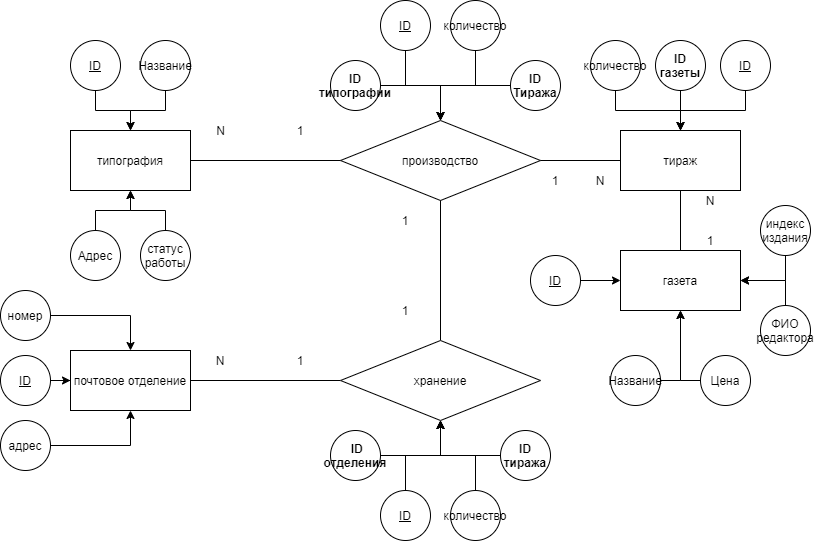
Before: students/y2337/Evseev_Artem/Lab2/NewspaperService_PiterChen.png, a diagram exported from draw.io (TonikX/ITMO_FSPO_DataBases_2020-2021). Source tidied: cells renumbered, new cells last; positions are measured from the earlier drawing's top-left corner, leaving out a move shared by most shapes. Its diagram source:
```xml
<mxGraphModel>
  <root>
    <mxCell id="0" />
    <mxCell id="1" parent="0" />
    <mxCell id="2" value="типография" style="rounded=0;whiteSpace=wrap;html=1;" parent="1" vertex="1">
      <mxGeometry x="70" y="130" width="120" height="60" as="geometry" />
    </mxCell>
    <mxCell id="3" value="тираж" style="rounded=0;whiteSpace=wrap;html=1;" parent="1" vertex="1">
      <mxGeometry x="620" y="130" width="120" height="60" as="geometry" />
    </mxCell>
    <mxCell id="4" value="производство" style="rhombus;whiteSpace=wrap;html=1;" parent="1" vertex="1">
      <mxGeometry x="340" y="120" width="200" height="80" as="geometry" />
    </mxCell>
    <mxCell id="5" value="почтовое отделение" style="rounded=0;whiteSpace=wrap;html=1;" parent="1" vertex="1">
      <mxGeometry x="70" y="350" width="120" height="60" as="geometry" />
    </mxCell>
    <mxCell id="6" value="газета" style="rounded=0;whiteSpace=wrap;html=1;" parent="1" vertex="1">
      <mxGeometry x="620" y="250" width="120" height="60" as="geometry" />
    </mxCell>
    <mxCell id="7" style="endArrow=none;html=1;exitX=1;exitY=0.5;exitDx=0;exitDy=0;entryX=0;entryY=0.5;entryDx=0;entryDy=0;" parent="1" edge="1" source="5" target="53">
      <mxGeometry relative="1" as="geometry" />
    </mxCell>
    <mxCell id="8" style="edgeStyle=orthogonalEdgeStyle;rounded=0;jettySize=auto;html=1;exitX=0.5;exitY=1;exitDx=0;exitDy=0;" parent="1" edge="1" source="9">
      <mxGeometry relative="1" as="geometry">
        <mxPoint x="440" y="120" as="targetPoint" />
      </mxGeometry>
    </mxCell>
    <mxCell id="9" value="&lt;u&gt;ID&lt;/u&gt;" style="ellipse;whiteSpace=wrap;html=1;" parent="1" vertex="1">
      <mxGeometry x="380" width="50" height="50" as="geometry" />
    </mxCell>
    <mxCell id="10" style="edgeStyle=orthogonalEdgeStyle;rounded=0;jettySize=auto;html=1;" parent="1" edge="1" source="11" target="53">
      <mxGeometry relative="1" as="geometry" />
    </mxCell>
    <mxCell id="11" value="ID" style="ellipse;whiteSpace=wrap;html=1;fontStyle=4;" parent="1" vertex="1">
      <mxGeometry x="380" y="490" width="50" height="50" as="geometry" />
    </mxCell>
    <mxCell id="12" style="edgeStyle=orthogonalEdgeStyle;rounded=0;jettySize=auto;html=1;exitX=1;exitY=0.5;exitDx=0;exitDy=0;entryX=0.5;entryY=0;entryDx=0;entryDy=0;" parent="1" edge="1" source="13" target="4">
      <mxGeometry relative="1" as="geometry" />
    </mxCell>
    <mxCell id="13" value="ID типографии" style="ellipse;whiteSpace=wrap;html=1;fontStyle=1;" parent="1" vertex="1">
      <mxGeometry x="330" y="60" width="50" height="50" as="geometry" />
    </mxCell>
    <mxCell id="14" style="edgeStyle=orthogonalEdgeStyle;rounded=0;jettySize=auto;html=1;exitX=0;exitY=0.5;exitDx=0;exitDy=0;" parent="1" edge="1" source="15">
      <mxGeometry relative="1" as="geometry">
        <mxPoint x="440" y="120" as="targetPoint" />
      </mxGeometry>
    </mxCell>
    <mxCell id="15" value="ID Тиража" style="ellipse;whiteSpace=wrap;html=1;fontStyle=1;" parent="1" vertex="1">
      <mxGeometry x="510" y="60" width="50" height="50" as="geometry" />
    </mxCell>
    <mxCell id="16" style="edgeStyle=orthogonalEdgeStyle;rounded=0;jettySize=auto;html=1;exitX=1;exitY=0.5;exitDx=0;exitDy=0;entryX=0.5;entryY=1;entryDx=0;entryDy=0;" parent="1" edge="1" source="17" target="53">
      <mxGeometry relative="1" as="geometry" />
    </mxCell>
    <mxCell id="17" value="&amp;nbsp;ID отделения" style="ellipse;whiteSpace=wrap;html=1;fontStyle=1;" parent="1" vertex="1">
      <mxGeometry x="330" y="430" width="50" height="50" as="geometry" />
    </mxCell>
    <mxCell id="18" style="edgeStyle=orthogonalEdgeStyle;rounded=0;jettySize=auto;html=1;exitX=0;exitY=0.5;exitDx=0;exitDy=0;entryX=0.5;entryY=1;entryDx=0;entryDy=0;" parent="1" edge="1" source="19" target="53">
      <mxGeometry relative="1" as="geometry" />
    </mxCell>
    <mxCell id="19" value="ID тиража" style="ellipse;whiteSpace=wrap;html=1;fontStyle=1;" parent="1" vertex="1">
      <mxGeometry x="500" y="430" width="50" height="50" as="geometry" />
    </mxCell>
    <mxCell id="20" style="edgeStyle=orthogonalEdgeStyle;rounded=0;jettySize=auto;html=1;exitX=0.5;exitY=1;exitDx=0;exitDy=0;" parent="1" edge="1" source="21">
      <mxGeometry relative="1" as="geometry">
        <mxPoint x="680" y="130" as="targetPoint" />
      </mxGeometry>
    </mxCell>
    <mxCell id="21" value="&lt;u&gt;ID&lt;/u&gt;" style="ellipse;whiteSpace=wrap;html=1;" parent="1" vertex="1">
      <mxGeometry x="720" y="40" width="50" height="50" as="geometry" />
    </mxCell>
    <mxCell id="22" style="edgeStyle=orthogonalEdgeStyle;rounded=0;jettySize=auto;html=1;exitX=0.5;exitY=1;exitDx=0;exitDy=0;entryX=0.5;entryY=0;entryDx=0;entryDy=0;" parent="1" edge="1" source="23" target="3">
      <mxGeometry relative="1" as="geometry" />
    </mxCell>
    <mxCell id="23" value="ID газеты" style="ellipse;whiteSpace=wrap;html=1;fontStyle=1;" parent="1" vertex="1">
      <mxGeometry x="655" y="40" width="50" height="50" as="geometry" />
    </mxCell>
    <mxCell id="24" style="edgeStyle=orthogonalEdgeStyle;rounded=0;jettySize=auto;html=1;exitX=0.5;exitY=1;exitDx=0;exitDy=0;" parent="1" edge="1" source="25">
      <mxGeometry relative="1" as="geometry">
        <mxPoint x="680" y="130" as="targetPoint" />
      </mxGeometry>
    </mxCell>
    <mxCell id="25" value="количество" style="ellipse;whiteSpace=wrap;html=1;" parent="1" vertex="1">
      <mxGeometry x="590" y="40" width="50" height="50" as="geometry" />
    </mxCell>
    <mxCell id="26" style="edgeStyle=orthogonalEdgeStyle;rounded=0;jettySize=auto;html=1;exitX=0;exitY=0.5;exitDx=0;exitDy=0;entryX=0.5;entryY=1;entryDx=0;entryDy=0;" parent="1" edge="1" source="27" target="6">
      <mxGeometry relative="1" as="geometry" />
    </mxCell>
    <mxCell id="27" value="Цена" style="ellipse;whiteSpace=wrap;html=1;" parent="1" vertex="1">
      <mxGeometry x="700" y="355" width="50" height="50" as="geometry" />
    </mxCell>
    <mxCell id="28" style="edgeStyle=orthogonalEdgeStyle;rounded=0;jettySize=auto;html=1;exitX=1;exitY=0.5;exitDx=0;exitDy=0;entryX=0.5;entryY=1;entryDx=0;entryDy=0;" parent="1" edge="1" source="29" target="6">
      <mxGeometry relative="1" as="geometry" />
    </mxCell>
    <mxCell id="29" value="Название" style="ellipse;whiteSpace=wrap;html=1;" parent="1" vertex="1">
      <mxGeometry x="610" y="355" width="50" height="50" as="geometry" />
    </mxCell>
    <mxCell id="30" style="edgeStyle=orthogonalEdgeStyle;rounded=0;jettySize=auto;html=1;exitX=0.5;exitY=0;exitDx=0;exitDy=0;entryX=1;entryY=0.5;entryDx=0;entryDy=0;" parent="1" edge="1" source="31" target="6">
      <mxGeometry relative="1" as="geometry" />
    </mxCell>
    <mxCell id="31" value="ФИО редактора" style="ellipse;whiteSpace=wrap;html=1;" parent="1" vertex="1">
      <mxGeometry x="760" y="305" width="50" height="50" as="geometry" />
    </mxCell>
    <mxCell id="32" style="edgeStyle=orthogonalEdgeStyle;rounded=0;jettySize=auto;html=1;exitX=0.5;exitY=1;exitDx=0;exitDy=0;" parent="1" edge="1" source="33" target="6">
      <mxGeometry relative="1" as="geometry" />
    </mxCell>
    <mxCell id="33" value="индекс издания" style="ellipse;whiteSpace=wrap;html=1;" parent="1" vertex="1">
      <mxGeometry x="760" y="205" width="50" height="50" as="geometry" />
    </mxCell>
    <mxCell id="34" style="edgeStyle=orthogonalEdgeStyle;rounded=0;jettySize=auto;html=1;exitX=1;exitY=0.5;exitDx=0;exitDy=0;" parent="1" edge="1" source="35" target="6">
      <mxGeometry relative="1" as="geometry" />
    </mxCell>
    <mxCell id="35" value="ID" style="ellipse;whiteSpace=wrap;html=1;fontStyle=4;" parent="1" vertex="1">
      <mxGeometry x="530" y="255" width="50" height="50" as="geometry" />
    </mxCell>
    <mxCell id="36" style="edgeStyle=orthogonalEdgeStyle;rounded=0;jettySize=auto;html=1;exitX=0.5;exitY=1;exitDx=0;exitDy=0;entryX=0.5;entryY=0;entryDx=0;entryDy=0;" parent="1" edge="1" source="37" target="2">
      <mxGeometry relative="1" as="geometry" />
    </mxCell>
    <mxCell id="37" value="&lt;u&gt;ID&lt;/u&gt;" style="ellipse;whiteSpace=wrap;html=1;" parent="1" vertex="1">
      <mxGeometry x="70" y="40" width="50" height="50" as="geometry" />
    </mxCell>
    <mxCell id="38" style="edgeStyle=orthogonalEdgeStyle;rounded=0;jettySize=auto;html=1;exitX=0.5;exitY=1;exitDx=0;exitDy=0;entryX=0.5;entryY=0;entryDx=0;entryDy=0;" parent="1" edge="1" source="39" target="2">
      <mxGeometry relative="1" as="geometry" />
    </mxCell>
    <mxCell id="39" value="Название" style="ellipse;whiteSpace=wrap;html=1;" parent="1" vertex="1">
      <mxGeometry x="140" y="40" width="50" height="50" as="geometry" />
    </mxCell>
    <mxCell id="40" style="edgeStyle=orthogonalEdgeStyle;rounded=0;jettySize=auto;html=1;exitX=0.5;exitY=0;exitDx=0;exitDy=0;entryX=0.5;entryY=1;entryDx=0;entryDy=0;" parent="1" edge="1" source="41" target="2">
      <mxGeometry relative="1" as="geometry" />
    </mxCell>
    <mxCell id="41" value="Адрес" style="ellipse;whiteSpace=wrap;html=1;" parent="1" vertex="1">
      <mxGeometry x="70" y="230" width="50" height="50" as="geometry" />
    </mxCell>
    <mxCell id="42" style="edgeStyle=orthogonalEdgeStyle;rounded=0;jettySize=auto;html=1;exitX=0.5;exitY=0;exitDx=0;exitDy=0;entryX=0.5;entryY=1;entryDx=0;entryDy=0;" parent="1" edge="1" source="43" target="2">
      <mxGeometry relative="1" as="geometry" />
    </mxCell>
    <mxCell id="43" value="статус работы" style="ellipse;whiteSpace=wrap;html=1;" parent="1" vertex="1">
      <mxGeometry x="140" y="230" width="50" height="50" as="geometry" />
    </mxCell>
    <mxCell id="44" style="edgeStyle=orthogonalEdgeStyle;rounded=0;jettySize=auto;html=1;" parent="1" edge="1" source="45" target="5">
      <mxGeometry relative="1" as="geometry" />
    </mxCell>
    <mxCell id="45" value="ID" style="ellipse;whiteSpace=wrap;html=1;fontStyle=4;" parent="1" vertex="1">
      <mxGeometry y="355" width="50" height="50" as="geometry" />
    </mxCell>
    <mxCell id="46" style="edgeStyle=orthogonalEdgeStyle;rounded=0;jettySize=auto;html=1;exitX=1;exitY=0.5;exitDx=0;exitDy=0;entryX=0.5;entryY=0;entryDx=0;entryDy=0;" parent="1" edge="1" source="47" target="5">
      <mxGeometry relative="1" as="geometry" />
    </mxCell>
    <mxCell id="47" value="номер" style="ellipse;whiteSpace=wrap;html=1;" parent="1" vertex="1">
      <mxGeometry y="290" width="50" height="50" as="geometry" />
    </mxCell>
    <mxCell id="48" style="edgeStyle=orthogonalEdgeStyle;rounded=0;jettySize=auto;html=1;exitX=1;exitY=0.5;exitDx=0;exitDy=0;entryX=0.5;entryY=1;entryDx=0;entryDy=0;" parent="1" edge="1" source="49" target="5">
      <mxGeometry relative="1" as="geometry" />
    </mxCell>
    <mxCell id="49" value="адрес" style="ellipse;whiteSpace=wrap;html=1;" parent="1" vertex="1">
      <mxGeometry y="420" width="50" height="50" as="geometry" />
    </mxCell>
    <mxCell id="50" style="endArrow=none;html=1;entryX=0.5;entryY=1;entryDx=0;entryDy=0;" parent="1" edge="1" source="53" target="4">
      <mxGeometry relative="1" as="geometry" />
    </mxCell>
    <mxCell id="51" style="endArrow=none;html=1;entryX=0.5;entryY=1;entryDx=0;entryDy=0;exitX=0.5;exitY=0;exitDx=0;exitDy=0;" parent="1" edge="1" source="6" target="3">
      <mxGeometry relative="1" as="geometry" />
    </mxCell>
    <mxCell id="52" style="endArrow=none;html=1;entryX=0;entryY=0.5;entryDx=0;entryDy=0;exitX=1;exitY=0.5;exitDx=0;exitDy=0;" parent="1" edge="1" source="4" target="3">
      <mxGeometry relative="1" as="geometry" />
    </mxCell>
    <mxCell id="53" value="хранение" style="rhombus;whiteSpace=wrap;html=1;" parent="1" vertex="1">
      <mxGeometry x="340" y="340" width="200" height="80" as="geometry" />
    </mxCell>
    <mxCell id="54" style="edgeStyle=orthogonalEdgeStyle;rounded=0;jettySize=auto;html=1;exitX=0.5;exitY=1;exitDx=0;exitDy=0;" parent="1" edge="1" source="55">
      <mxGeometry relative="1" as="geometry">
        <mxPoint x="440" y="120" as="targetPoint" />
      </mxGeometry>
    </mxCell>
    <mxCell id="55" value="количество" style="ellipse;whiteSpace=wrap;html=1;" parent="1" vertex="1">
      <mxGeometry x="450" width="50" height="50" as="geometry" />
    </mxCell>
    <mxCell id="56" style="edgeStyle=orthogonalEdgeStyle;rounded=0;jettySize=auto;html=1;exitX=0.5;exitY=0;exitDx=0;exitDy=0;entryX=0.5;entryY=1;entryDx=0;entryDy=0;" parent="1" edge="1" source="57" target="53">
      <mxGeometry relative="1" as="geometry" />
    </mxCell>
    <mxCell id="57" value="количество" style="ellipse;whiteSpace=wrap;html=1;" parent="1" vertex="1">
      <mxGeometry x="450" y="490" width="50" height="50" as="geometry" />
    </mxCell>
    <mxCell id="58" value="1" style="text;html=1;strokeColor=none;fillColor=none;align=center;verticalAlign=middle;whiteSpace=wrap;rounded=0;" parent="1" vertex="1">
      <mxGeometry x="535" y="170" width="40" height="20" as="geometry" />
    </mxCell>
    <mxCell id="59" value="1" style="text;html=1;strokeColor=none;fillColor=none;align=center;verticalAlign=middle;whiteSpace=wrap;rounded=0;" parent="1" vertex="1">
      <mxGeometry x="385" y="300" width="40" height="20" as="geometry" />
    </mxCell>
    <mxCell id="60" value="1" style="text;html=1;strokeColor=none;fillColor=none;align=center;verticalAlign=middle;whiteSpace=wrap;rounded=0;" parent="1" vertex="1">
      <mxGeometry x="280" y="120" width="40" height="20" as="geometry" />
    </mxCell>
    <mxCell id="61" value="N" style="text;html=1;strokeColor=none;fillColor=none;align=center;verticalAlign=middle;whiteSpace=wrap;rounded=0;" parent="1" vertex="1">
      <mxGeometry x="580" y="170" width="40" height="20" as="geometry" />
    </mxCell>
    <mxCell id="62" value="N" style="text;html=1;strokeColor=none;fillColor=none;align=center;verticalAlign=middle;whiteSpace=wrap;rounded=0;" parent="1" vertex="1">
      <mxGeometry x="200" y="350" width="40" height="20" as="geometry" />
    </mxCell>
    <mxCell id="63" value="1" style="text;html=1;strokeColor=none;fillColor=none;align=center;verticalAlign=middle;whiteSpace=wrap;rounded=0;" parent="1" vertex="1">
      <mxGeometry x="280" y="350" width="40" height="20" as="geometry" />
    </mxCell>
    <mxCell id="64" value="1" style="text;html=1;strokeColor=none;fillColor=none;align=center;verticalAlign=middle;whiteSpace=wrap;rounded=0;" parent="1" vertex="1">
      <mxGeometry x="385" y="210" width="40" height="20" as="geometry" />
    </mxCell>
    <mxCell id="65" value="N" style="text;html=1;align=center;verticalAlign=middle;" parent="1" vertex="1">
      <mxGeometry x="210" y="120" width="20" height="20" as="geometry" />
    </mxCell>
    <mxCell id="66" value="1" style="text;html=1;strokeColor=none;fillColor=none;align=center;verticalAlign=middle;whiteSpace=wrap;rounded=0;" parent="1" vertex="1">
      <mxGeometry x="690" y="230" width="40" height="20" as="geometry" />
    </mxCell>
    <mxCell id="67" style="endArrow=none;html=1;exitX=0;exitY=0.5;exitDx=0;exitDy=0;" parent="1" edge="1" source="4" target="2">
      <mxGeometry relative="1" as="geometry" />
    </mxCell>
    <mxCell id="68" value="N" style="text;html=1;strokeColor=none;fillColor=none;align=center;verticalAlign=middle;whiteSpace=wrap;rounded=0;" parent="1" vertex="1">
      <mxGeometry x="690" y="190" width="40" height="20" as="geometry" />
    </mxCell>
  </root>
</mxGraphModel>
```
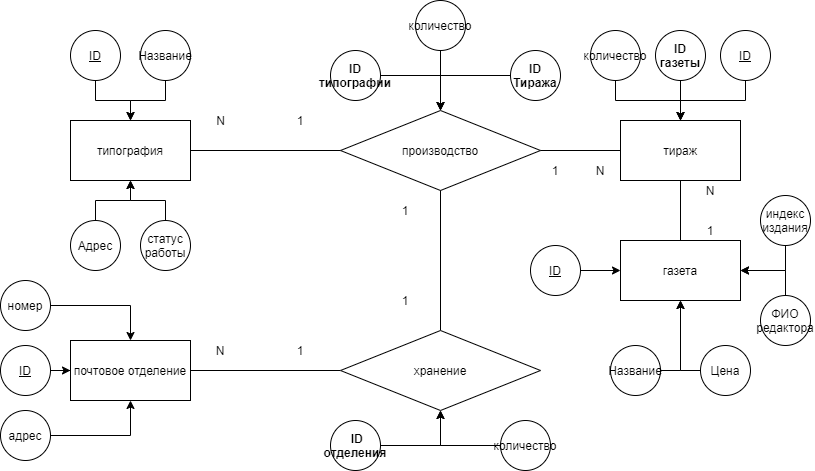
Above is the later version.

Commit message:
Update PiterChen Diagram

Change to the diagram source:
```diff
@@ -20,20 +20,6 @@
     <mxCell id="7" style="endArrow=none;html=1;exitX=1;exitY=0.5;exitDx=0;exitDy=0;entryX=0;entryY=0.5;entryDx=0;entryDy=0;" parent="1" edge="1" source="5" target="53">
       <mxGeometry relative="1" as="geometry" />
     </mxCell>
-    <mxCell id="8" style="edgeStyle=orthogonalEdgeStyle;rounded=0;jettySize=auto;html=1;exitX=0.5;exitY=1;exitDx=0;exitDy=0;" parent="1" edge="1" source="9">
-      <mxGeometry relative="1" as="geometry">
-        <mxPoint x="440" y="120" as="targetPoint" />
-      </mxGeometry>
-    </mxCell>
-    <mxCell id="9" value="&lt;u&gt;ID&lt;/u&gt;" style="ellipse;whiteSpace=wrap;html=1;" parent="1" vertex="1">
-      <mxGeometry x="380" width="50" height="50" as="geometry" />
-    </mxCell>
-    <mxCell id="10" style="edgeStyle=orthogonalEdgeStyle;rounded=0;jettySize=auto;html=1;" parent="1" edge="1" source="11" target="53">
-      <mxGeometry relative="1" as="geometry" />
-    </mxCell>
-    <mxCell id="11" value="ID" style="ellipse;whiteSpace=wrap;html=1;fontStyle=4;" parent="1" vertex="1">
-      <mxGeometry x="380" y="490" width="50" height="50" as="geometry" />
-    </mxCell>
     <mxCell id="12" style="edgeStyle=orthogonalEdgeStyle;rounded=0;jettySize=auto;html=1;exitX=1;exitY=0.5;exitDx=0;exitDy=0;entryX=0.5;entryY=0;entryDx=0;entryDy=0;" parent="1" edge="1" source="13" target="4">
       <mxGeometry relative="1" as="geometry" />
     </mxCell>
@@ -54,12 +40,6 @@
     <mxCell id="17" value="&amp;nbsp;ID отделения" style="ellipse;whiteSpace=wrap;html=1;fontStyle=1;" parent="1" vertex="1">
       <mxGeometry x="330" y="430" width="50" height="50" as="geometry" />
     </mxCell>
-    <mxCell id="18" style="edgeStyle=orthogonalEdgeStyle;rounded=0;jettySize=auto;html=1;exitX=0;exitY=0.5;exitDx=0;exitDy=0;entryX=0.5;entryY=1;entryDx=0;entryDy=0;" parent="1" edge="1" source="19" target="53">
-      <mxGeometry relative="1" as="geometry" />
-    </mxCell>
-    <mxCell id="19" value="ID тиража" style="ellipse;whiteSpace=wrap;html=1;fontStyle=1;" parent="1" vertex="1">
-      <mxGeometry x="500" y="430" width="50" height="50" as="geometry" />
-    </mxCell>
     <mxCell id="20" style="edgeStyle=orthogonalEdgeStyle;rounded=0;jettySize=auto;html=1;exitX=0.5;exitY=1;exitDx=0;exitDy=0;" parent="1" edge="1" source="21">
       <mxGeometry relative="1" as="geometry">
         <mxPoint x="680" y="130" as="targetPoint" />
@@ -172,13 +152,13 @@
       </mxGeometry>
     </mxCell>
     <mxCell id="55" value="количество" style="ellipse;whiteSpace=wrap;html=1;" parent="1" vertex="1">
-      <mxGeometry x="450" width="50" height="50" as="geometry" />
+      <mxGeometry x="415" y="10" width="50" height="50" as="geometry" />
     </mxCell>
-    <mxCell id="56" style="edgeStyle=orthogonalEdgeStyle;rounded=0;jettySize=auto;html=1;exitX=0.5;exitY=0;exitDx=0;exitDy=0;entryX=0.5;entryY=1;entryDx=0;entryDy=0;" parent="1" edge="1" source="57" target="53">
+    <mxCell id="56" style="edgeStyle=orthogonalEdgeStyle;rounded=0;jettySize=auto;html=1;exitX=0;exitY=0.5;exitDx=0;exitDy=0;entryX=0.5;entryY=1;entryDx=0;entryDy=0;" parent="1" edge="1" source="57" target="53">
       <mxGeometry relative="1" as="geometry" />
     </mxCell>
     <mxCell id="57" value="количество" style="ellipse;whiteSpace=wrap;html=1;" parent="1" vertex="1">
-      <mxGeometry x="450" y="490" width="50" height="50" as="geometry" />
+      <mxGeometry x="500" y="430" width="50" height="50" as="geometry" />
     </mxCell>
     <mxCell id="58" value="1" style="text;html=1;strokeColor=none;fillColor=none;align=center;verticalAlign=middle;whiteSpace=wrap;rounded=0;" parent="1" vertex="1">
       <mxGeometry x="535" y="170" width="40" height="20" as="geometry" />
```
